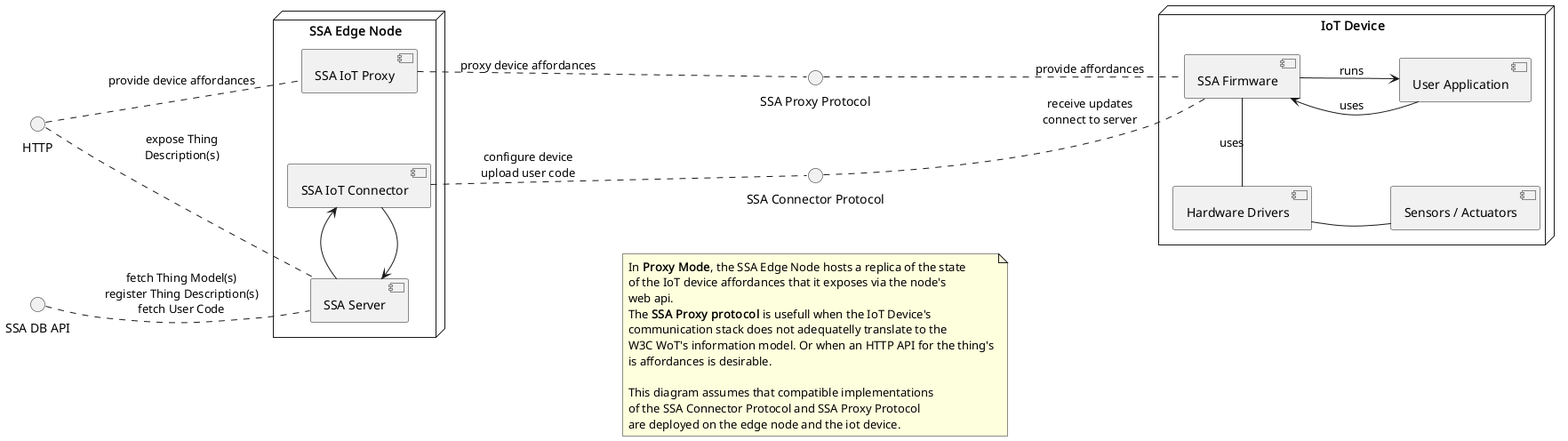
Above: uml/component_proxy.png in les2feup/CityLink (PlantUML), before the change.
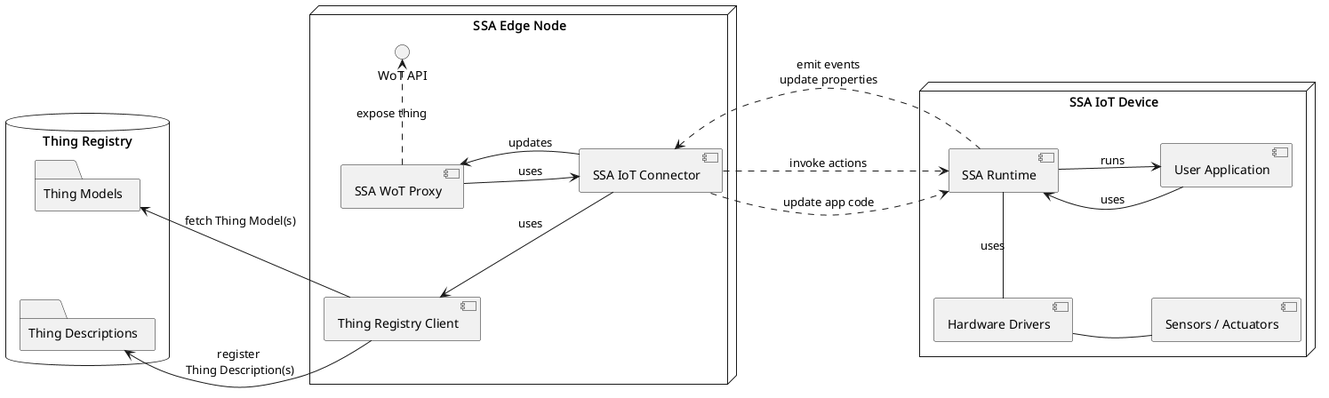
After the commit.

The edit, as a diff of the source:
```diff
@@ -1,61 +1,52 @@
 @startuml
+
 left to right direction
+skinparam nodesep 100
 
-skinparam nodesep 80
+database "Thing Registry" as db {
+    folder "Thing Models" as tms {
+        }
 
-() HTTP
-() "SSA DB API" as db
-() "SSA Proxy Protocol" as proxyProt
-() "SSA Connector Protocol" as conProt
+    folder "Thing Descriptions" as tds {
+        }
+}
 
 node "SSA Edge Node" as edgeNode {
+    () "WoT API" as wotProt
+
     [SSA IoT Connector] as ssaIoT
-    [SSA IoT Proxy] as ssaProxy
-    [SSA Server] as ssaServ
+    [SSA WoT Proxy] as ssaProxy
+    [Thing Registry Client] as tRClient
 
-    ssaIoT -r[hidden]. ssaProxy
-    ssaIoT -l-> ssaServ
-    ssaServ -> ssaIoT
+    ssaIoT -u-> ssaProxy : updates
+    ssaProxy -d-> ssaIoT : uses
+
+    ssaIoT -u-> tRClient : uses
+
+    ssaProxy -r.> wotProt : expose thing
 }
 
-node "IoT Device" as device {
-    [SSA Firmware] as ssaFW
+node "SSA IoT Device" as device {
+    [SSA Runtime] as ssaRt
     [User Application] as userApp
 
     [Hardware Drivers] as hwd
     [Sensors / Actuators] as hw
 
     hwd -d- hw
-    ssaFW -l- hwd : uses
-    ssaFW -d-> userApp: runs
-    userApp -u-> ssaFW: uses
+    ssaRt -l- hwd : uses
+    ssaRt -d-> userApp: runs
+    userApp -u-> ssaRt: uses
 }
 
-ssaServ -u. db : fetch Thing Model(s)\nregister Thing Description(s)\nfetch User Code
-ssaServ -u. HTTP : expose Thing\nDescription(s)
-ssaIoT -d. conProt : configure device\nupload user code
-ssaFW -u. conProt : receive updates\nconnect to server
-ssaFW -u. proxyProt: provide affordances
-ssaProxy -. proxyProt: proxy device affordances
-ssaProxy -u. HTTP: provide device affordances
+tRClient -u-> tds : register \nThing Description(s)
+tRClient -u-> tms : fetch Thing Model(s)
 
-proxyProt -r[hidden]. conProt
+ssaProxy -u[hidden]- tms
+wotProt -u[hidden]- tms
 
-note as N
-    In **Proxy Mode**, the SSA Edge Node hosts a replica of the state
-    of the IoT device affordances that it exposes via the node's
-    web api.
-    The **SSA Proxy protocol** is usefull when the IoT Device's
-    communication stack does not adequatelly translate to the
-    W3C WoT's information model. Or when an HTTP API for the thing's
-    is affordances is desirable.
-
-    This diagram assumes that compatible implementations
-    of the SSA Connector Protocol and SSA Proxy Protocol
-    are deployed on the edge node and the iot device.
-end note
-
-N -l[hidden]. proxyProt
-N -l[hidden]. conProt
+ssaRt -u..> ssaIoT : emit events\nupdate properties
+ssaIoT -d..> ssaRt : invoke actions
+ssaIoT -d..> ssaRt : update app code
 
 @enduml
```
